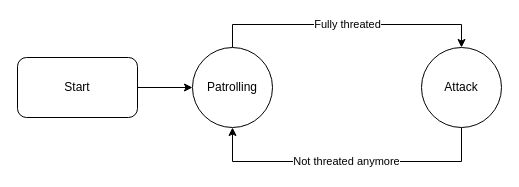
aegroto/ics2211-assignment keeps this draw.io diagram as diagrams/enemy_behaviour_states.drawio. Above is the earlier version. Source tidied: cells renumbered, new cells numbered last; positions are measured from the earlier drawing's top-left corner, leaving out a move shared by most shapes. Both pictures are drawn from the tidied source at 100%, with x=0, y=0 at pixel (17, 24).
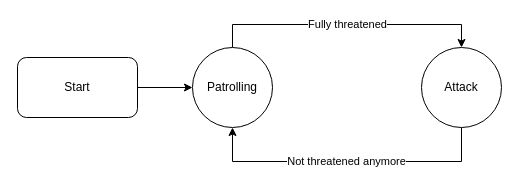
Above is the later version.

Commit message (it also covers changes not shown here):
improved enemy behaviour section, started writing enemy genetics

Diff of the diagram source:
```diff
@@
 <mxGraphModel>
   <root>
     <mxCell id="0" />
     <mxCell id="1" parent="0" />
-    <mxCell id="2" value="Fully threated" style="edgeStyle=orthogonalEdgeStyle;rounded=0;jettySize=auto;html=1;" parent="1" edge="1" source="3" target="7">
+    <mxCell id="2" value="Fully threatened" style="edgeStyle=orthogonalEdgeStyle;rounded=0;jettySize=auto;html=1;" parent="1" edge="1" source="3" target="7">
       <mxGeometry relative="1" as="geometry">
         <Array as="points">
           <mxPoint x="215" />
           <mxPoint x="444" />
         </Array>
       </mxGeometry>
     </mxCell>
     <mxCell id="3" value="Patrolling" style="ellipse;whiteSpace=wrap;html=1;" parent="1" vertex="1">
       <mxGeometry x="175" y="23" width="80" height="80" as="geometry" />
     </mxCell>
     <mxCell id="4" style="edgeStyle=orthogonalEdgeStyle;rounded=0;jettySize=auto;html=1;entryX=0;entryY=0.5;entryDx=0;entryDy=0;" parent="1" edge="1" source="5" target="3">
       <mxGeometry relative="1" as="geometry" />
     </mxCell>
     <mxCell id="5" value="Start" style="rounded=1;whiteSpace=wrap;html=1;" parent="1" vertex="1">
       <mxGeometry y="33" width="120" height="60" as="geometry" />
     </mxCell>
-    <mxCell id="6" value="Not threated anymore" style="edgeStyle=orthogonalEdgeStyle;rounded=0;jettySize=auto;html=1;entryX=0.5;entryY=1;entryDx=0;entryDy=0;" parent="1" edge="1" source="7" target="3">
+    <mxCell id="6" value="Not threatened anymore" style="edgeStyle=orthogonalEdgeStyle;rounded=0;jettySize=auto;html=1;entryX=0.5;entryY=1;entryDx=0;entryDy=0;" parent="1" edge="1" source="7" target="3">
       <mxGeometry relative="1" as="geometry">
         <Array as="points">
           <mxPoint x="444" y="137" />
           <mxPoint x="215" y="137" />
         </Array>
       </mxGeometry>
     </mxCell>
     <mxCell id="7" value="Attack" style="ellipse;whiteSpace=wrap;html=1;" parent="1" vertex="1">
       <mxGeometry x="404" y="23" width="80" height="80" as="geometry" />
     </mxCell>
   </root>
 </mxGraphModel>
```
